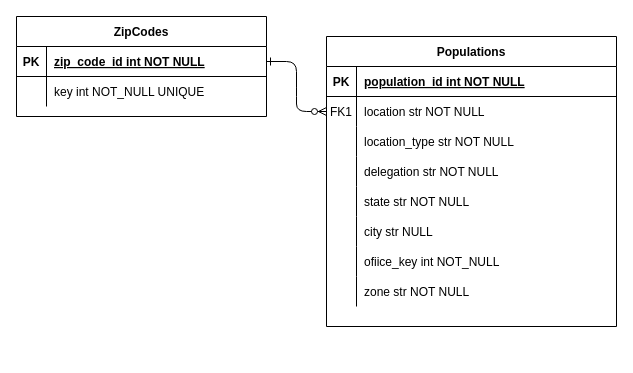
Rola342/CodigoPostal keeps this draw.io diagram as zip-codes/schema-db.drawio. Above is the earlier version. Source tidied: cells renumbered, new cells numbered last; positions are measured from the earlier drawing's top-left corner, leaving out a move shared by most shapes. Both pictures are drawn from the tidied source at 100%, with x=0, y=0 at pixel (16, 16).
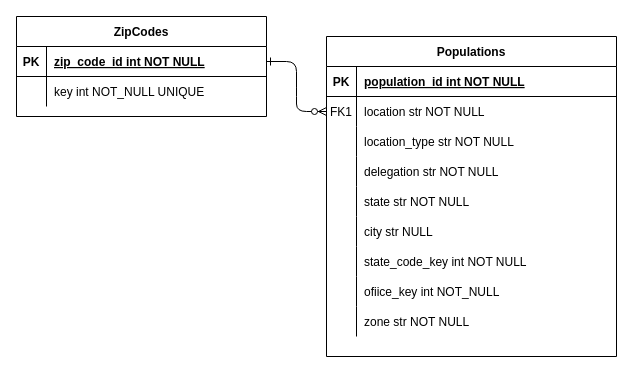
After the change.

Change to the diagram source:
```diff
@@
     <mxCell id="3" value="Populations" style="shape=table;startSize=30;childLayout=tableLayout;rowLines=0;fontStyle=1;align=center;" parent="1" vertex="1">
-      <mxGeometry x="310" y="20" width="290" height="290" as="geometry" />
+      <mxGeometry x="310" y="20" width="290" height="320" as="geometry" />
     </mxCell>
@@
+    <mxCell id="35" style="shape=partialRectangle;fillColor=none;top=0;left=0;right=0;bottom=0;" parent="3" vertex="1">
+      <mxGeometry y="210" width="290" height="30" as="geometry" />
+    </mxCell>
+    <mxCell id="36" style="shape=partialRectangle;overflow=hidden;fillColor=none;top=0;left=0;bottom=0;right=0;" parent="35" vertex="1">
+      <mxGeometry width="30" height="30" as="geometry" />
+    </mxCell>
+    <mxCell id="37" value="state_code_key int NOT NULL" style="shape=partialRectangle;overflow=hidden;fillColor=none;top=0;left=0;bottom=0;right=0;align=left;spacingLeft=6;" parent="35" vertex="1">
+      <mxGeometry x="30" width="260" height="30" as="geometry" />
+    </mxCell>
     <mxCell id="22" style="shape=partialRectangle;fillColor=none;top=0;left=0;right=0;bottom=0;" parent="3" vertex="1">
-      <mxGeometry y="210" width="290" height="30" as="geometry" />
+      <mxGeometry y="240" width="290" height="30" as="geometry" />
     </mxCell>
@@
     <mxCell id="25" style="shape=partialRectangle;fillColor=none;top=0;left=0;right=0;bottom=0;" parent="3" vertex="1">
-      <mxGeometry y="240" width="290" height="30" as="geometry" />
+      <mxGeometry y="270" width="290" height="30" as="geometry" />
     </mxCell>
```
